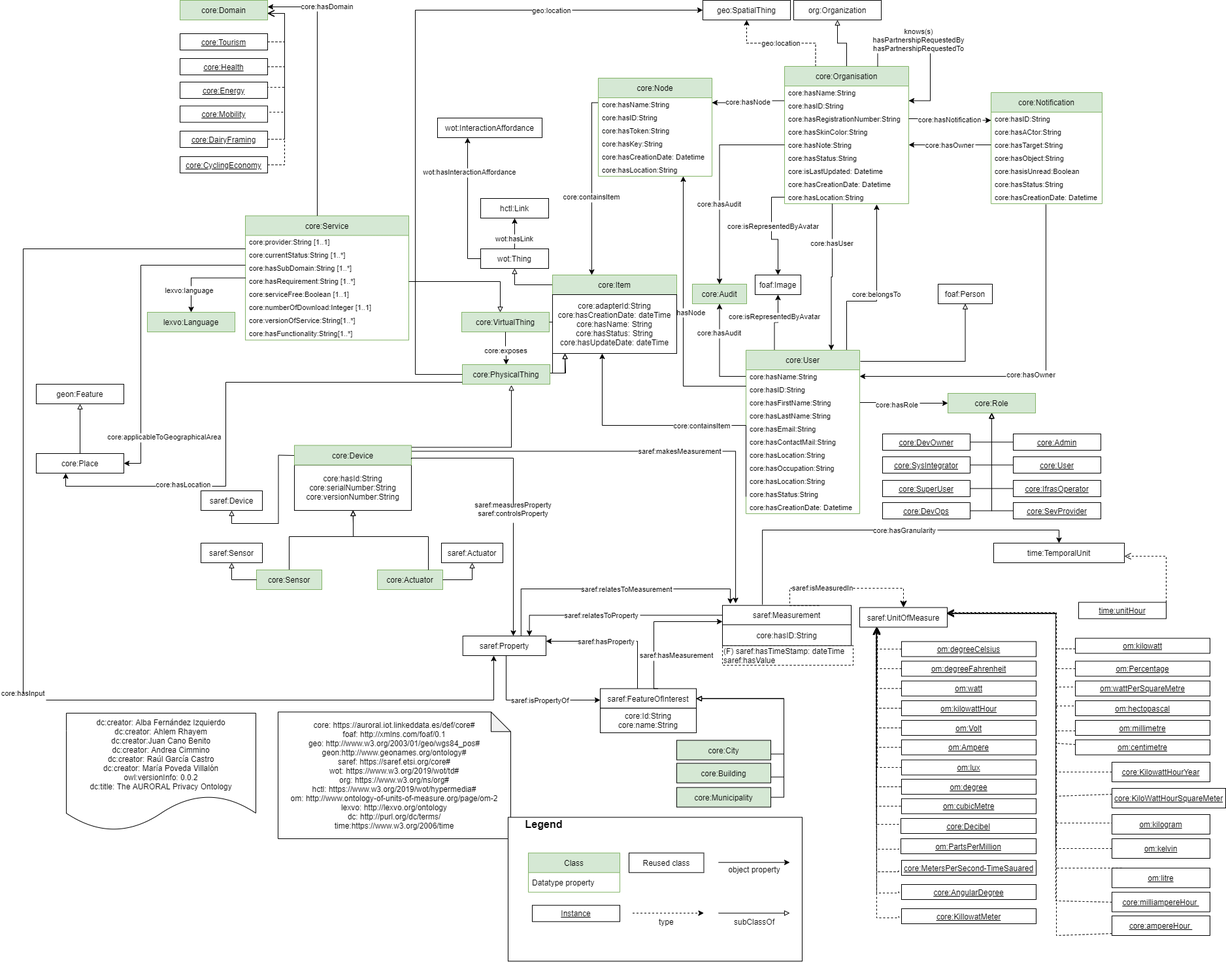
oeg-upm/auroral-core-ontology keeps this draw.io diagram as diagrams/core.png. Above is the earlier version. Source tidied: cells renumbered, new cells last; positions are measured from the earlier drawing's top-left corner, leaving out a move shared by most shapes.
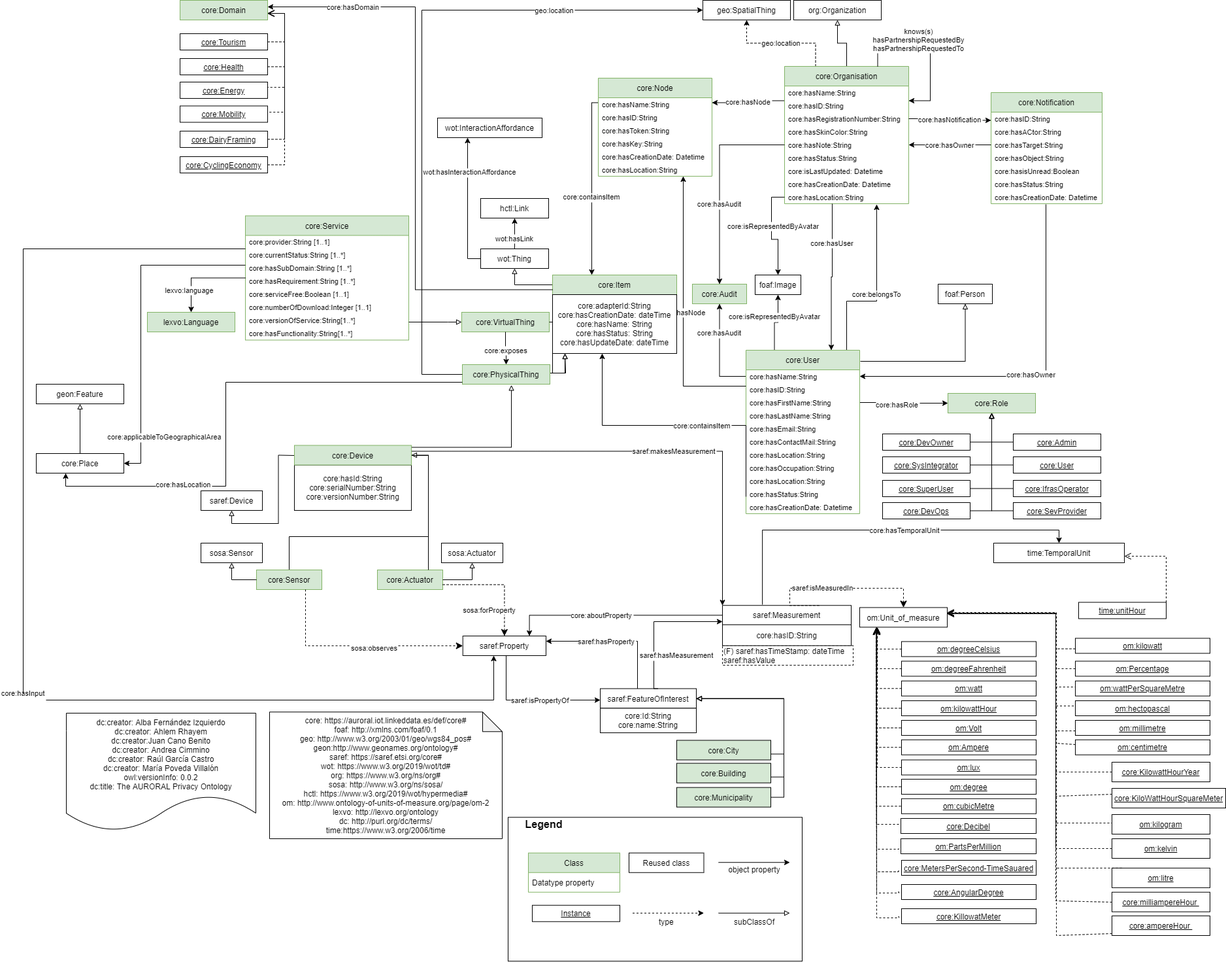
Later version of the same file.

Diff of the diagram source:
```diff
@@ -17,8 +17,8 @@
     <mxCell id="4" value="dc:creator: Alba Fernández Izquierdo&#10;dc:creator: Ahlem Rhayem&#10;dc:creator:Juan Cano Benito&#10;dc:creator: Andrea Cimmino&#10;dc:creator: Raúl García Castro&#10;dc:creator: María Poveda Villalón&#10;owl:versionInfo: 0.0.2&#10;dc:title: The AURORAL Privacy Ontology" style="shape=document;boundedLbl=1;" parent="1" vertex="1">
       <mxGeometry x="66" y="1090" width="290" height="180" as="geometry" />
     </mxCell>
-    <mxCell id="5" value="core: https://auroral.iot.linkeddata.es/def/core#&#10;foaf: http://xmlns.com/foaf/0.1&#10;geo: http://www.w3.org/2003/01/geo/wgs84_pos#&#10;geon:http://www.geonames.org/ontology#&#10;saref: https://saref.etsi.org/core#&#10;wot: https://www.w3.org/2019/wot/td#&#10;org: https://www.w3.org/ns/org#&#10;hctl: https://www.w3.org/2019/wot/hypermedia#&#10;om: http://www.ontology-of-units-of-measure.org/page/om-2&#10;lexvo: http://lexvo.org/ontology&#10;dc: http://purl.org/dc/terms/&#10;time:https://www.w3.org/2006/time" style="shape=note;backgroundOutline=1;darkOpacity=0.05;" parent="1" vertex="1">
-      <mxGeometry x="390" y="1088.2" width="356" height="193.8" as="geometry" />
+    <mxCell id="5" value="core: https://auroral.iot.linkeddata.es/def/core#&#10;foaf: http://xmlns.com/foaf/0.1&#10;geo: http://www.w3.org/2003/01/geo/wgs84_pos#&#10;geon:http://www.geonames.org/ontology#&#10;saref: https://saref.etsi.org/core#&#10;wot: https://www.w3.org/2019/wot/td#&#10;org: https://www.w3.org/ns/org#&#10;sosa: http://www.w3.org/ns/sosa/&#10;hctl: https://www.w3.org/2019/wot/hypermedia#&#10;om: http://www.ontology-of-units-of-measure.org/page/om-2&#10;lexvo: http://lexvo.org/ontology&#10;dc: http://purl.org/dc/terms/&#10;time:https://www.w3.org/2006/time" style="shape=note;backgroundOutline=1;darkOpacity=0.05;" parent="1" vertex="1">
+      <mxGeometry x="377" y="1088.2" width="356" height="193.8" as="geometry" />
     </mxCell>
     <mxCell id="6" style="edgeStyle=orthogonalEdgeStyle;rounded=0;jettySize=auto;html=1;exitX=0.5;exitY=0;exitDx=0;exitDy=0;endArrow=block;endFill=0;" parent="1" edge="1" source="9" target="46">
       <mxGeometry relative="1" as="geometry" />
@@ -383,8 +383,9 @@
       <mxGeometry relative="1" as="geometry">
         <Array as="points">
           <mxPoint x="407" y="820" />
-          <mxPoint x="505" y="820" />
-          <mxPoint x="505" y="800" />
+          <mxPoint x="620" y="820" />
+          <mxPoint x="620" y="696" />
+          <mxPoint x="505" y="696" />
         </Array>
       </mxGeometry>
     </mxCell>
@@ -394,18 +395,17 @@
     <mxCell id="108" value="core:Actuator" style="rounded=0;whiteSpace=wrap;html=1;fillColor=#d5e8d4;strokeColor=#82b366;" parent="1" vertex="1">
       <mxGeometry x="542" y="871" width="100" height="30" as="geometry" />
     </mxCell>
-    <mxCell id="109" style="edgeStyle=orthogonalEdgeStyle;rounded=0;jettySize=auto;html=1;fontSize=11;endArrow=block;endFill=0;" parent="1" edge="1" source="108" target="169">
+    <mxCell id="109" style="edgeStyle=orthogonalEdgeStyle;rounded=0;jettySize=auto;html=1;fontSize=11;endArrow=block;endFill=0;entryX=1;entryY=0.5;entryDx=0;entryDy=0;" parent="1" edge="1" source="108" target="170">
       <mxGeometry relative="1" as="geometry">
         <Array as="points">
-          <mxPoint x="620" y="820" />
-          <mxPoint x="505" y="820" />
+          <mxPoint x="620" y="696" />
         </Array>
       </mxGeometry>
     </mxCell>
-    <mxCell id="110" value="saref:Sensor" style="rounded=0;whiteSpace=wrap;html=1;" parent="1" vertex="1">
+    <mxCell id="110" value="sosa:Sensor" style="rounded=0;whiteSpace=wrap;html=1;" parent="1" vertex="1">
       <mxGeometry x="272" y="830" width="94" height="30" as="geometry" />
     </mxCell>
-    <mxCell id="111" value="saref:Actuator" style="rounded=0;whiteSpace=wrap;html=1;" parent="1" vertex="1">
+    <mxCell id="111" value="sosa:Actuator" style="rounded=0;whiteSpace=wrap;html=1;" parent="1" vertex="1">
       <mxGeometry x="640" y="830" width="94" height="30" as="geometry" />
     </mxCell>
     <mxCell id="112" style="edgeStyle=orthogonalEdgeStyle;rounded=0;jettySize=auto;html=1;exitX=0;exitY=0.5;exitDx=0;exitDy=0;entryX=0.5;entryY=1;entryDx=0;entryDy=0;fontSize=11;endArrow=block;endFill=0;" parent="1" edge="1" source="107" target="110">
@@ -417,7 +417,23 @@
     <mxCell id="114" value="saref:Property" style="rounded=0;whiteSpace=wrap;html=1;points=[[0.1,0],[0.2,0],[0.3,0],[0.4,0],[0.5,0],[0.6,0],[0.7,0],[0.8,0],[0.9,0],[0,0.1],[0,0.3],[0,0.5],[0,0.7],[0,0.9],[0.1,1],[0.2,1],[0.3,1],[0.4,1],[0.5,1],[0.6,1],[0.7,1],[0.8,1],[0.9,1],[1,0.1],[1,0.3],[1,0.5],[1,0.7],[1,0.9]];" parent="1" vertex="1">
       <mxGeometry x="672.8" y="972" width="127.2" height="30" as="geometry" />
     </mxCell>
+    <mxCell id="239" style="endArrow=classic;html=1;exitX=0.75;exitY=1;exitDx=0;exitDy=0;endSize=8;dashed=1;arcSize=0;edgeStyle=orthogonalEdgeStyle;entryX=0;entryY=0.5;entryDx=0;entryDy=0;" parent="1" edge="1" source="107" target="114">
+      <mxGeometry relative="1" as="geometry" />
+    </mxCell>
+    <mxCell id="240" value="&lt;div&gt;sosa:observes&lt;/div&gt;" style="edgeLabel;html=1;align=center;verticalAlign=middle;" parent="239" vertex="1">
+      <mxGeometry x="-0.19" y="-1" relative="1" as="geometry">
+        <mxPoint x="58.5" y="2" as="offset" />
+      </mxGeometry>
+    </mxCell>
+    <mxCell id="241" style="endArrow=classic;html=1;entryX=0.5;entryY=0;entryDx=0;entryDy=0;endSize=8;dashed=1;arcSize=0;edgeStyle=orthogonalEdgeStyle;exitX=1;exitY=0.75;exitDx=0;exitDy=0;" parent="1" edge="1" source="108" target="114">
+      <mxGeometry relative="1" as="geometry" />
+    </mxCell>
+    <mxCell id="242" value="&lt;div&gt;sosa:forProperty&lt;/div&gt;" style="edgeLabel;html=1;align=center;verticalAlign=middle;" parent="241" vertex="1">
+      <mxGeometry x="-0.19" y="-1" relative="1" as="geometry">
+        <mxPoint y="38" as="offset" />
+      </mxGeometry>
+    </mxCell>
-    <mxCell id="115" value="saref:UnitOfMeasure" style="rounded=0;whiteSpace=wrap;html=1;points=[[0.1,0],[0.2,0],[0.3,0],[0.4,0],[0.5,0],[0.6,0],[0.7,0],[0.8,0],[0.9,0],[0,0.1],[0,0.3],[0,0.5],[0,0.7],[0,0.9],[0.1,1],[0.2,1],[0.3,1],[0.4,1],[0.5,1],[0.6,1],[0.7,1],[0.8,1],[0.9,1],[1,0.1],[1,0.3],[1,0.5],[1,0.7],[1,0.9]];" parent="1" vertex="1">
+    <mxCell id="115" value="om:Unit_of_measure" style="rounded=0;whiteSpace=wrap;html=1;points=[[0.1,0],[0.2,0],[0.3,0],[0.4,0],[0.5,0],[0.6,0],[0.7,0],[0.8,0],[0.9,0],[0,0.1],[0,0.3],[0,0.5],[0,0.7],[0,0.9],[0.1,1],[0.2,1],[0.3,1],[0.4,1],[0.5,1],[0.6,1],[0.7,1],[0.8,1],[0.9,1],[1,0.1],[1,0.3],[1,0.5],[1,0.7],[1,0.9]];" parent="1" vertex="1">
       <mxGeometry x="1280" y="928.5" width="134" height="30" as="geometry" />
     </mxCell>
     <mxCell id="116" value="saref:Measurement" style="rounded=0;whiteSpace=wrap;html=1;" parent="1" vertex="1">
@@ -439,14 +455,14 @@
     <mxCell id="119" value="(F) saref:hasTimeStamp: dateTime&lt;br&gt;saref:hasValue" style="rounded=0;whiteSpace=wrap;html=1;dashed=1;align=left;" parent="1" vertex="1">
       <mxGeometry x="1070" y="986.8" width="200" height="30" as="geometry" />
     </mxCell>
-    <mxCell id="120" value="saref:makesMeasurement" style="edgeStyle=orthogonalEdgeStyle;rounded=0;jettySize=auto;entryX=0.102;entryY=-0.108;entryDx=0;entryDy=0;fontSize=11;endArrow=classic;endFill=1;exitX=1;exitY=0.3;exitDx=0;exitDy=0;entryPerimeter=0;" parent="1" edge="1" source="170" target="116">
+    <mxCell id="120" value="saref:makesMeasurement" style="edgeStyle=orthogonalEdgeStyle;rounded=0;jettySize=auto;entryX=0;entryY=0;entryDx=0;entryDy=0;fontSize=11;endArrow=classic;endFill=1;exitX=1;exitY=0.3;exitDx=0;exitDy=0;" parent="1" edge="1" source="170" target="116">
       <mxGeometry x="0.13" relative="1" as="geometry">
         <Array as="points">
-          <mxPoint x="1090" y="690" />
+          <mxPoint x="1070" y="690" />
         </Array>
       </mxGeometry>
     </mxCell>
-    <mxCell id="121" value="saref:relatesToProperty" style="edgeStyle=orthogonalEdgeStyle;rounded=0;jettySize=auto;exitX=0;exitY=0.5;exitDx=0;exitDy=0;fontSize=11;endArrow=classic;endFill=1;entryX=0.8;entryY=0;entryDx=0;entryDy=0;" parent="1" edge="1" source="116" target="114">
+    <mxCell id="121" value="core:aboutProperty" style="edgeStyle=orthogonalEdgeStyle;rounded=0;jettySize=auto;exitX=0;exitY=0.5;exitDx=0;exitDy=0;fontSize=11;endArrow=classic;endFill=1;entryX=0.8;entryY=0;entryDx=0;entryDy=0;" parent="1" edge="1" source="116" target="114">
       <mxGeometry x="0.13" relative="1" as="geometry" />
     </mxCell>
     <mxCell id="122" style="endArrow=open;html=1;fontColor=#000099;endFill=0;dashed=1;endSize=8;exitX=0;exitY=0.5;exitDx=0;exitDy=0;edgeStyle=orthogonalEdgeStyle;arcSize=0;entryX=0.2;entryY=1;entryDx=0;entryDy=0;" parent="1" edge="1" source="123" target="115">
@@ -623,7 +639,8 @@
     <mxCell id="162" style="edgeStyle=orthogonalEdgeStyle;rounded=0;jettySize=auto;html=1;fontSize=11;endArrow=block;endFill=0;" parent="1" edge="1" source="150" target="159">
       <mxGeometry relative="1" as="geometry">
         <Array as="points">
-          <mxPoint x="730" y="430" />
+          <mxPoint x="650" y="492" />
+          <mxPoint x="650" y="492" />
         </Array>
       </mxGeometry>
     </mxCell>
@@ -651,8 +668,8 @@
     <mxCell id="168" value="geo:location" style="edgeStyle=orthogonalEdgeStyle;rounded=0;jettySize=auto;fontSize=11;endArrow=classic;endFill=1;entryX=0;entryY=0.5;entryDx=0;entryDy=0;" parent="1" edge="1" source="160" target="47">
       <mxGeometry x="0.57" relative="1" as="geometry">
         <Array as="points">
-          <mxPoint x="600" y="572" />
-          <mxPoint x="600" y="15" />
+          <mxPoint x="610" y="572" />
+          <mxPoint x="610" y="15" />
         </Array>
         <mxPoint x="1" as="offset" />
       </mxGeometry>
@@ -709,16 +726,17 @@
     <mxCell id="183" value="&lt;u&gt;core:DairyFraming&lt;/u&gt;" style="rounded=0;whiteSpace=wrap;html=1;" parent="1" vertex="1">
       <mxGeometry x="240" y="200" width="134" height="25" as="geometry" />
     </mxCell>
-    <mxCell id="184" style="edgeStyle=orthogonalEdgeStyle;rounded=0;jettySize=auto;html=1;fontSize=11;endArrow=classic;endFill=1;" parent="1" edge="1" source="150" target="178">
+    <mxCell id="184" style="edgeStyle=orthogonalEdgeStyle;rounded=0;jettySize=auto;html=1;fontSize=11;endArrow=classic;endFill=1;exitX=0;exitY=0.75;exitDx=0;exitDy=0;" parent="1" edge="1" source="53" target="178">
       <mxGeometry relative="1" as="geometry">
         <Array as="points">
-          <mxPoint x="450" y="10" />
+          <mxPoint x="600" y="443" />
+          <mxPoint x="600" y="10" />
         </Array>
       </mxGeometry>
     </mxCell>
     <mxCell id="185" value="core:hasDomain" style="edgeLabel;align=center;verticalAlign=middle;fontSize=11;" parent="184" vertex="1">
       <mxGeometry x="0.49" y="-3" relative="1" as="geometry">
-        <mxPoint x="12" y="-26" as="offset" />
+        <mxPoint x="-91" y="3" as="offset" />
       </mxGeometry>
     </mxCell>
     <mxCell id="186" value="&lt;u&gt;core:CyclingEconomy&lt;/u&gt;" style="rounded=0;whiteSpace=wrap;html=1;" parent="1" vertex="1">
@@ -945,7 +963,7 @@
         </Array>
       </mxGeometry>
     </mxCell>
-    <mxCell id="224" value="core:hasGranularity" style="edgeStyle=orthogonalEdgeStyle;rounded=0;jettySize=auto;fontSize=11;endArrow=classic;endFill=1;exitX=0.31;exitY=-0.042;exitDx=0;exitDy=0;exitPerimeter=0;" parent="1" edge="1" source="116" target="221">
+    <mxCell id="224" value="core:hasTemporalUnit" style="edgeStyle=orthogonalEdgeStyle;rounded=0;jettySize=auto;fontSize=11;endArrow=classic;endFill=1;exitX=0.31;exitY=-0.042;exitDx=0;exitDy=0;exitPerimeter=0;" parent="1" edge="1" source="116" target="221">
       <mxGeometry x="0.13" relative="1" as="geometry">
         <Array as="points">
           <mxPoint x="1131" y="810" />
@@ -1021,21 +1039,5 @@
     <mxCell id="236" value="core:hasLocation" style="edgeLabel;align=center;verticalAlign=middle;fontSize=11;" parent="235" vertex="1">
       <mxGeometry x="0.49" y="-3" relative="1" as="geometry" />
     </mxCell>
-    <mxCell id="237" value="saref:measuresProperty&#10;saref:controlsProperty&#10;" style="edgeStyle=orthogonalEdgeStyle;rounded=0;jettySize=auto;fontSize=11;endArrow=classic;endFill=1;exitX=1;exitY=0.7;exitDx=0;exitDy=0;" parent="1" edge="1" source="170" target="114">
-      <mxGeometry x="0.13" relative="1" as="geometry">
-        <Array as="points">
-          <mxPoint x="594" y="700" />
-          <mxPoint x="750" y="700" />
-        </Array>
-      </mxGeometry>
-    </mxCell>
-    <mxCell id="238" value="saref:relatesToMeasurement" style="edgeStyle=orthogonalEdgeStyle;rounded=0;jettySize=auto;fontSize=11;endArrow=classic;endFill=1;exitX=0.7;exitY=0;exitDx=0;exitDy=0;entryX=0.061;entryY=-0.075;entryDx=0;entryDy=0;entryPerimeter=0;" parent="1" edge="1" source="114" target="116">
-      <mxGeometry x="0.13" relative="1" as="geometry">
-        <Array as="points">
-          <mxPoint x="762" y="900" />
-          <mxPoint x="1082" y="900" />
-        </Array>
-      </mxGeometry>
-    </mxCell>
   </root>
 </mxGraphModel>
```
